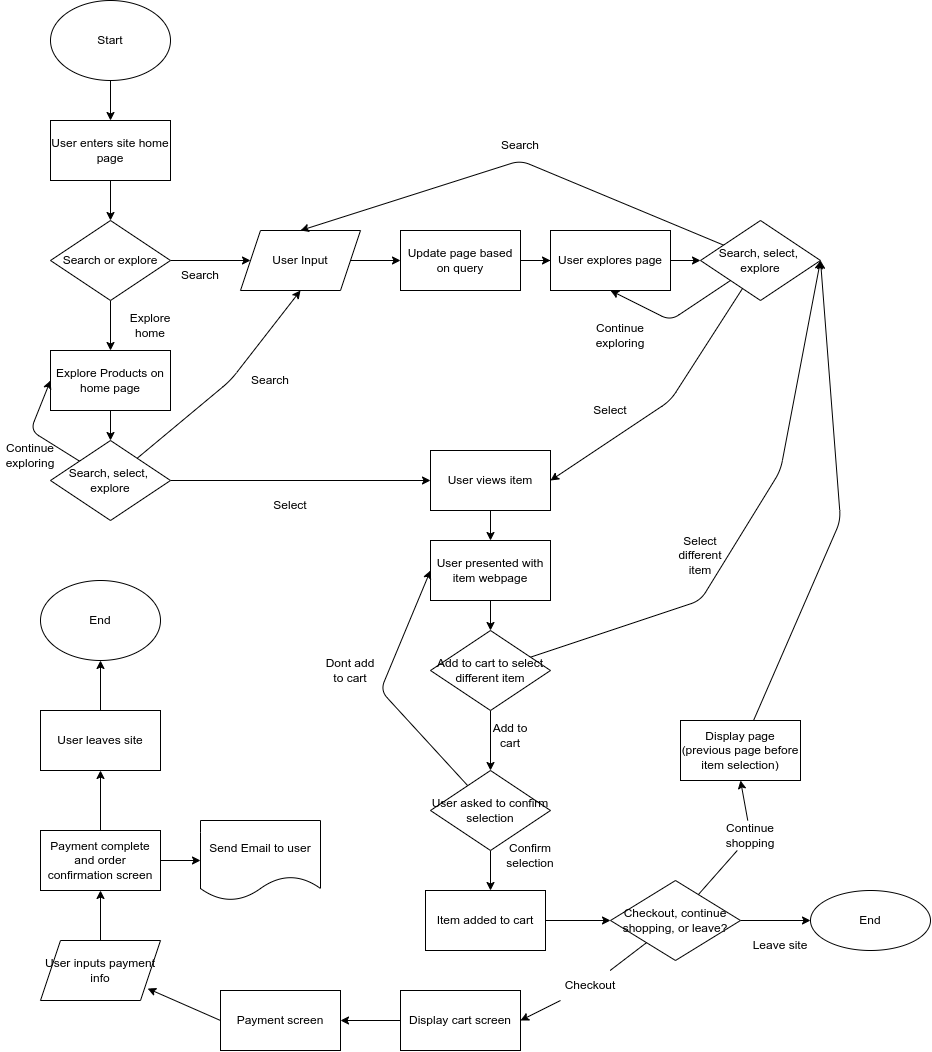
Earlier version of the draw.io export explore/diagramming/diagram.drawio.png (jacobgraven/fa22-cse110-lab4). Source tidied: cells renumbered, new cells last; positions are measured from the earlier drawing's top-left corner, leaving out a move shared by most shapes.
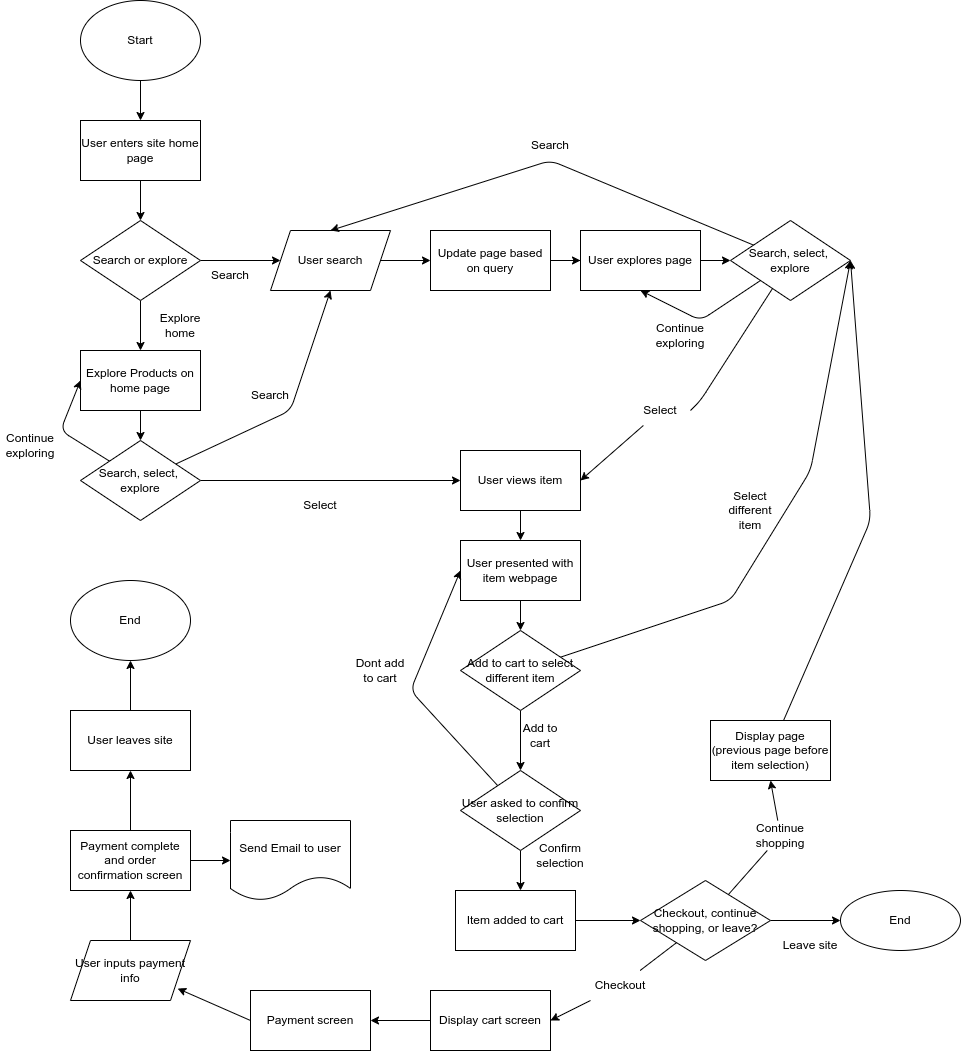
After the change.

Commit message:
Changed diagram bg for visibility

Diff of the diagram source:
```diff
@@ -37,7 +37,7 @@
         <mxPoint x="400" y="260" as="targetPoint" />
       </mxGeometry>
     </mxCell>
-    <mxCell id="11" value="User Input" style="shape=parallelogram;perimeter=parallelogramPerimeter;whiteSpace=wrap;html=1;fixedSize=1;" parent="1" vertex="1">
+    <mxCell id="11" value="User search" style="shape=parallelogram;perimeter=parallelogramPerimeter;whiteSpace=wrap;html=1;fixedSize=1;" parent="1" vertex="1">
       <mxGeometry x="240" y="230" width="120" height="60" as="geometry" />
     </mxCell>
     <mxCell id="12" style="edgeStyle=none;html=1;" parent="1" edge="1" source="13">
@@ -72,7 +72,7 @@
     <mxCell id="19" style="edgeStyle=none;html=1;entryX=0.5;entryY=1;entryDx=0;entryDy=0;" parent="1" edge="1" source="21" target="11">
       <mxGeometry relative="1" as="geometry">
         <Array as="points">
-          <mxPoint x="230" y="380" />
+          <mxPoint x="260" y="410" />
         </Array>
       </mxGeometry>
     </mxCell>
@@ -85,10 +85,10 @@
       <mxGeometry x="50" y="440" width="120" height="80" as="geometry" />
     </mxCell>
     <mxCell id="22" value="Continue exploring" style="text;html=1;strokeColor=none;fillColor=none;align=center;verticalAlign=middle;whiteSpace=wrap;rounded=0;" parent="1" vertex="1">
-      <mxGeometry y="440" width="60" height="30" as="geometry" />
+      <mxGeometry x="-30" y="430" width="60" height="30" as="geometry" />
     </mxCell>
     <mxCell id="23" value="Search" style="text;html=1;strokeColor=none;fillColor=none;align=center;verticalAlign=middle;whiteSpace=wrap;rounded=0;" parent="1" vertex="1">
-      <mxGeometry x="240" y="365" width="60" height="30" as="geometry" />
+      <mxGeometry x="210" y="380" width="60" height="30" as="geometry" />
     </mxCell>
     <mxCell id="24" value="Select" style="text;html=1;strokeColor=none;fillColor=none;align=center;verticalAlign=middle;whiteSpace=wrap;rounded=0;" parent="1" vertex="1">
       <mxGeometry x="260" y="490" width="60" height="30" as="geometry" />
@@ -107,12 +107,8 @@
         </Array>
       </mxGeometry>
     </mxCell>
-    <mxCell id="27" style="edgeStyle=none;html=1;entryX=1;entryY=0.5;entryDx=0;entryDy=0;" parent="1" edge="1" source="28" target="32">
-      <mxGeometry relative="1" as="geometry">
-        <Array as="points">
-          <mxPoint x="670" y="400" />
-        </Array>
-      </mxGeometry>
+    <mxCell id="27" style="edgeStyle=none;html=1;entryX=1;entryY=0.5;entryDx=0;entryDy=0;startArrow=none;" parent="1" edge="1" source="34" target="32">
+      <mxGeometry relative="1" as="geometry" />
     </mxCell>
     <mxCell id="28" value="Search, select,&amp;nbsp; explore" style="rhombus;whiteSpace=wrap;html=1;" parent="1" vertex="1">
       <mxGeometry x="700" y="220" width="120" height="80" as="geometry" />
@@ -134,11 +130,8 @@
     <mxCell id="33" value="Search" style="text;html=1;strokeColor=none;fillColor=none;align=center;verticalAlign=middle;whiteSpace=wrap;rounded=0;" parent="1" vertex="1">
       <mxGeometry x="490" y="130" width="60" height="30" as="geometry" />
     </mxCell>
-    <mxCell id="34" value="Select" style="text;html=1;strokeColor=none;fillColor=none;align=center;verticalAlign=middle;whiteSpace=wrap;rounded=0;" parent="1" vertex="1">
-      <mxGeometry x="580" y="395" width="60" height="30" as="geometry" />
-    </mxCell>
     <mxCell id="35" value="Continue exploring" style="text;html=1;strokeColor=none;fillColor=none;align=center;verticalAlign=middle;whiteSpace=wrap;rounded=0;" parent="1" vertex="1">
-      <mxGeometry x="590" y="320" width="60" height="30" as="geometry" />
+      <mxGeometry x="620" y="320" width="60" height="30" as="geometry" />
     </mxCell>
     <mxCell id="36" style="edgeStyle=none;html=1;entryX=1;entryY=0.5;entryDx=0;entryDy=0;" parent="1" edge="1" source="38" target="28">
       <mxGeometry relative="1" as="geometry">
@@ -157,7 +150,7 @@
       <mxGeometry x="430" y="630" width="120" height="80" as="geometry" />
     </mxCell>
     <mxCell id="39" value="Select different item" style="text;html=1;strokeColor=none;fillColor=none;align=center;verticalAlign=middle;whiteSpace=wrap;rounded=0;" parent="1" vertex="1">
-      <mxGeometry x="670" y="540" width="60" height="30" as="geometry" />
+      <mxGeometry x="690" y="495" width="60" height="30" as="geometry" />
     </mxCell>
     <mxCell id="40" style="edgeStyle=none;html=1;" parent="1" edge="1" source="41">
       <mxGeometry relative="1" as="geometry">
@@ -286,5 +279,15 @@
     <mxCell id="74" value="User leaves site" style="rounded=0;whiteSpace=wrap;html=1;" parent="1" vertex="1">
       <mxGeometry x="40" y="710" width="120" height="60" as="geometry" />
     </mxCell>
+    <mxCell id="34" value="Select" style="text;html=1;strokeColor=none;fillColor=none;align=center;verticalAlign=middle;whiteSpace=wrap;rounded=0;" parent="1" vertex="1">
+      <mxGeometry x="600" y="395" width="60" height="30" as="geometry" />
+    </mxCell>
+    <mxCell id="75" style="edgeStyle=none;html=1;entryX=1;entryY=0.5;entryDx=0;entryDy=0;endArrow=none;" parent="1" edge="1" source="28" target="34">
+      <mxGeometry relative="1" as="geometry">
+        <Array as="points">
+          <mxPoint x="670" y="400" />
+        </Array>
+      </mxGeometry>
+    </mxCell>
   </root>
 </mxGraphModel>
```
